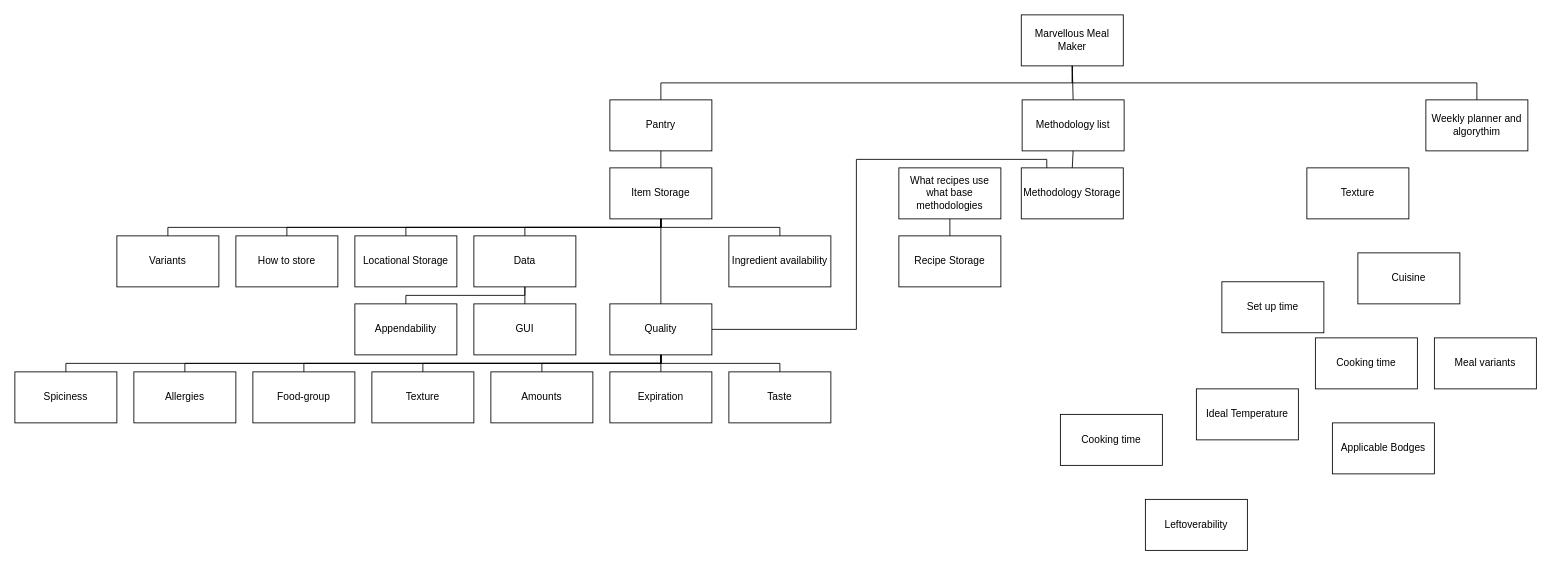
Earlier version of the draw.io diagram Marvellous Meal Maker.drawio (JessHorserage/Marvellous-Meal-Maker). Source tidied: cells renumbered, new cells numbered last; positions are measured from the earlier drawing's top-left corner, leaving out a move shared by most shapes. Both pictures are drawn from the tidied source at 85%, with x=0, y=0 at pixel (14, 14).
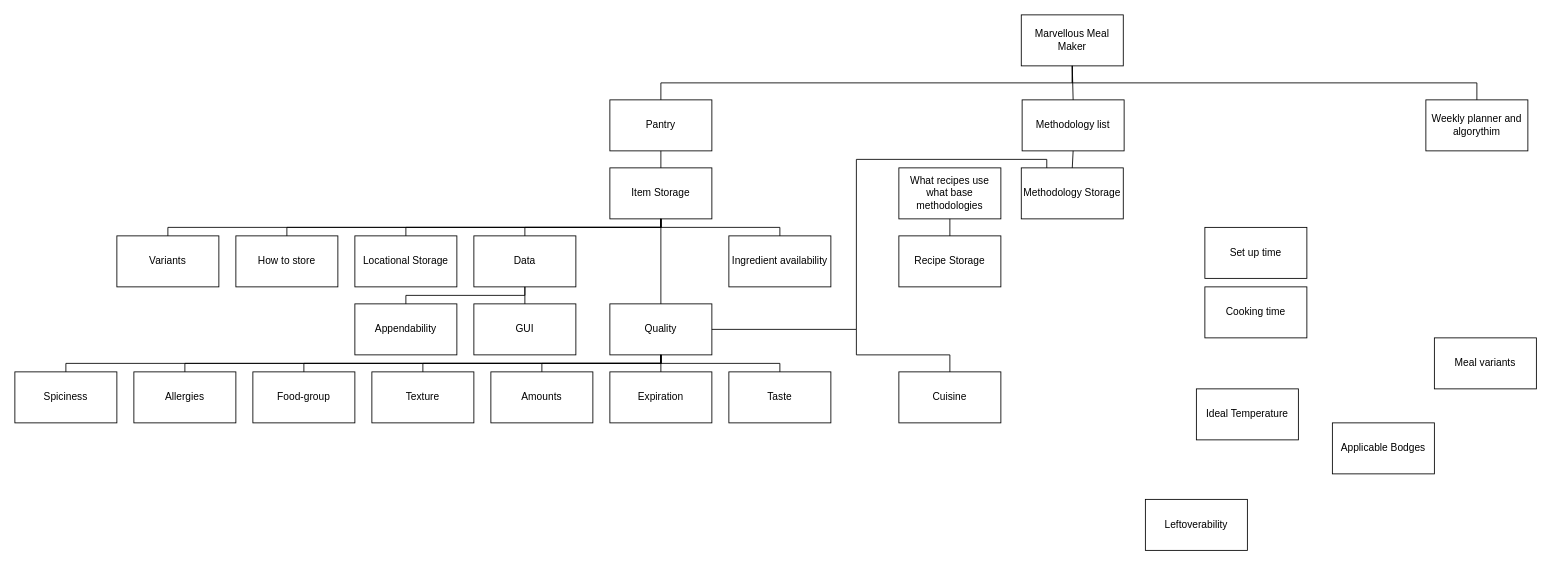
The same page after the edit.

What changed in the source:
```diff
@@
     <mxCell id="42" value="Cooking time" style="rounded=0;whiteSpace=wrap;html=1;" parent="1" vertex="1">
-      <mxGeometry x="1230" y="470" width="120" height="60" as="geometry" />
+      <mxGeometry x="1400" y="320" width="120" height="60" as="geometry" />
     </mxCell>
@@
-    <mxCell id="44" value="Texture" style="rounded=0;whiteSpace=wrap;html=1;" parent="1" vertex="1">
-      <mxGeometry x="1520" y="180" width="120" height="60" as="geometry" />
-    </mxCell>
     <mxCell id="45" value="Set up time" style="rounded=0;whiteSpace=wrap;html=1;" parent="1" vertex="1">
-      <mxGeometry x="1420" y="314" width="120" height="60" as="geometry" />
+      <mxGeometry x="1400" y="250" width="120" height="60" as="geometry" />
     </mxCell>
@@
     <mxCell id="47" value="Cuisine" style="rounded=0;whiteSpace=wrap;html=1;" parent="1" vertex="1">
-      <mxGeometry x="1580" y="280" width="120" height="60" as="geometry" />
+      <mxGeometry x="1040" y="420" width="120" height="60" as="geometry" />
     </mxCell>
@@
-    <mxCell id="51" value="Cooking time" style="rounded=0;whiteSpace=wrap;html=1;" parent="1" vertex="1">
-      <mxGeometry x="1530" y="380" width="120" height="60" as="geometry" />
-    </mxCell>
@@
+    <mxCell id="56" style="endArrow=none;html=1;rounded=0;exitX=0.5;exitY=0;exitDx=0;exitDy=0;" parent="1" edge="1" source="47">
+      <mxGeometry relative="1" as="geometry">
+        <mxPoint x="990" y="370" as="targetPoint" />
+        <Array as="points">
+          <mxPoint x="1100" y="400" />
+          <mxPoint x="990" y="400" />
+        </Array>
+      </mxGeometry>
+    </mxCell>
```
